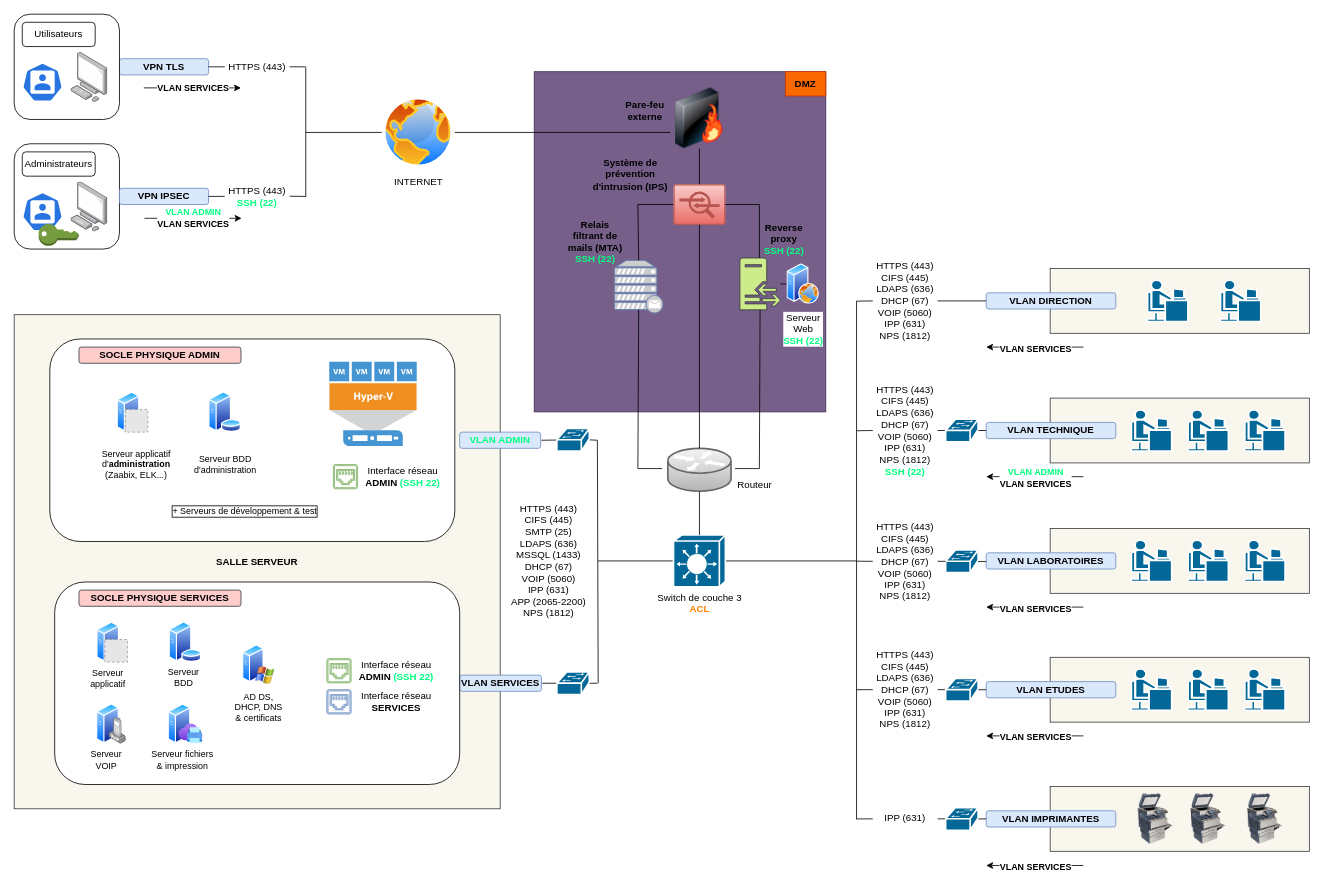
Above: p11.drawio in ecto-w/openclassrooms_ASR (draw.io), before the change. Source tidied: cells renumbered, new cells numbered last; positions are measured from the earlier drawing's top-left corner, leaving out a move shared by most shapes. Both pictures are drawn from the tidied source at 81%, with x=0, y=0 at pixel (14, 14). Pictures stored in the file or linked from it are replaced by grey dashed boxes.
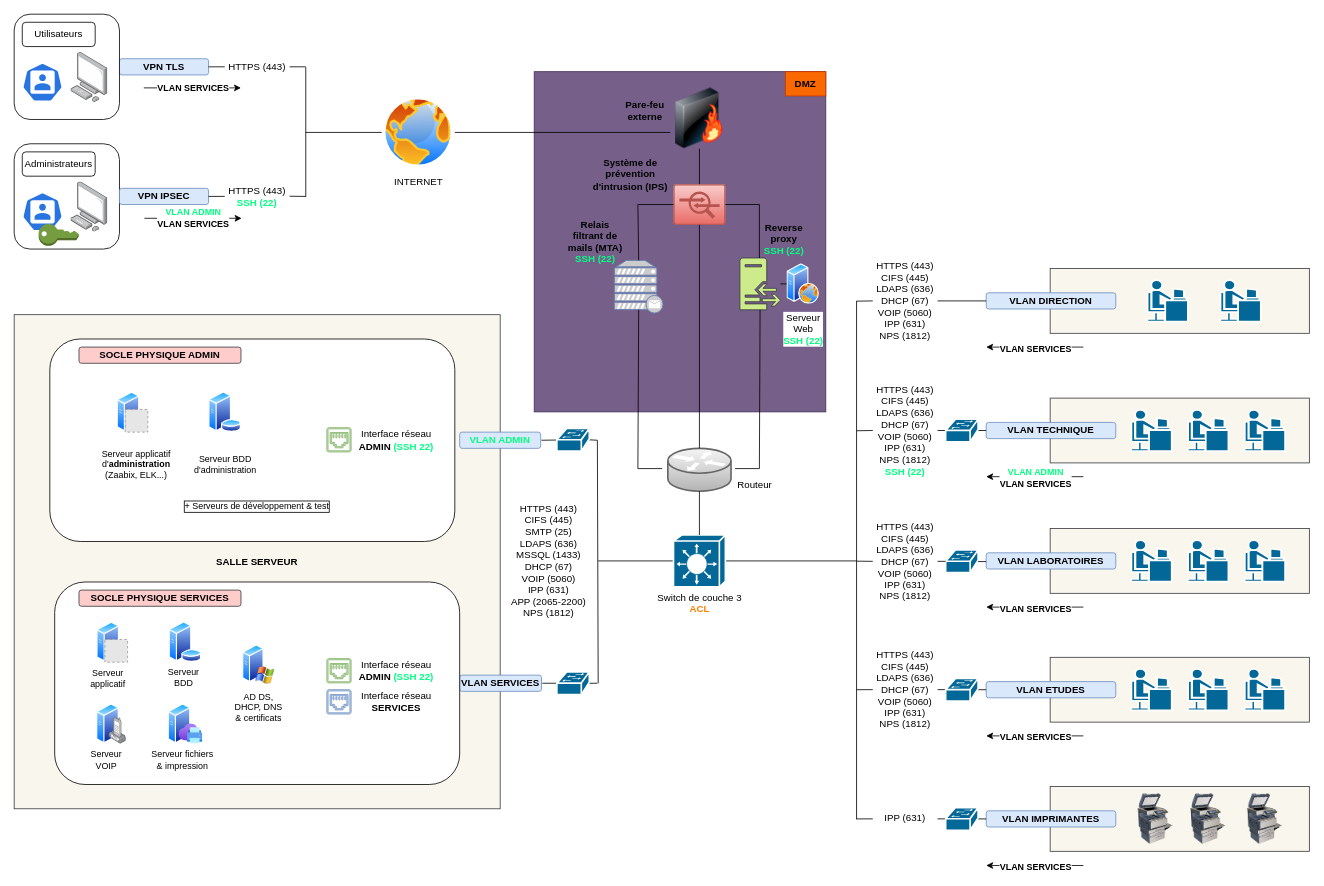
The same page after the edit.

The edit, as a diff of the source:
```diff
@@
-    <mxCell id="91" style="shadow=0;dashed=0;html=1;strokeColor=none;fillColor=#4495D1;labelPosition=center;verticalLabelPosition=bottom;verticalAlign=top;align=center;shape=mxgraph.veeam.hyper_v_host;" parent="1" vertex="1">
-      <mxGeometry x="389" y="429" width="108" height="104" as="geometry" />
-    </mxCell>
@@
     <mxCell id="137" value="+ Serveurs de développement &amp;amp; test" style="text;html=1;strokeColor=none;fillColor=none;align=center;verticalAlign=middle;whiteSpace=wrap;rounded=0;fontStyle=0;fontSize=11;labelBorderColor=default;" parent="1" vertex="1">
-      <mxGeometry x="190" y="591" width="190" height="45" as="geometry" />
+      <mxGeometry x="205" y="596" width="190" height="23" as="geometry" />
     </mxCell>
@@
     <mxCell id="154" style="sketch=0;shadow=0;dashed=0;html=1;strokeColor=#82b366;fillColor=#d5e8d4;labelPosition=center;verticalLabelPosition=bottom;verticalAlign=top;align=center;shape=mxgraph.vvd.ethernet_port;" parent="1" vertex="1">
-      <mxGeometry x="394" y="556" width="30" height="30" as="geometry" />
+      <mxGeometry x="386" y="510.5" width="30" height="30" as="geometry" />
     </mxCell>
     <mxCell id="155" value="&lt;div&gt;Interface réseau&lt;/div&gt;&lt;div&gt;&lt;b&gt;ADMIN&lt;/b&gt;&lt;font style=&quot;--darkreader-inline-color: #1aff8d;&quot; color=&quot;#00ff80&quot;&gt; &lt;b&gt;(SSH 22)&lt;/b&gt;&lt;/font&gt;&lt;/div&gt;" style="text;html=1;strokeColor=none;fillColor=none;align=center;verticalAlign=middle;whiteSpace=wrap;rounded=0;fontStyle=0;fontSize=12;" parent="1" vertex="1">
-      <mxGeometry x="430" y="554.9" width="100" height="32.2" as="geometry" />
+      <mxGeometry x="422" y="509.4" width="100" height="32.2" as="geometry" />
     </mxCell>
```
